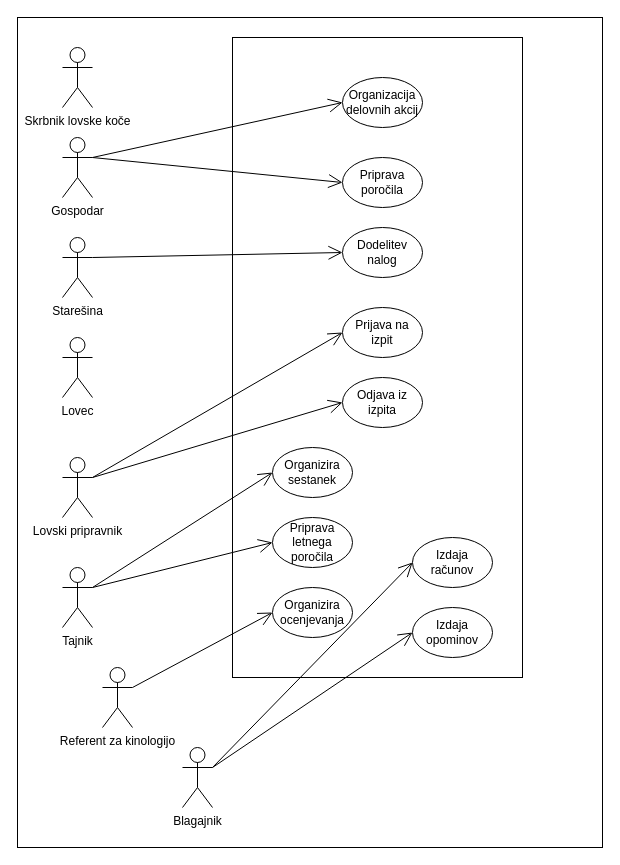
Above: TestniDiagramLovstvo.drawio in ErnestISv/Lovstvo (draw.io), before the change. Source tidied: cells renumbered, new cells numbered last; positions are measured from the earlier drawing's top-left corner, leaving out a move shared by most shapes. Both pictures are drawn from the tidied source at 100%, with x=0, y=0 at pixel (17, 17).
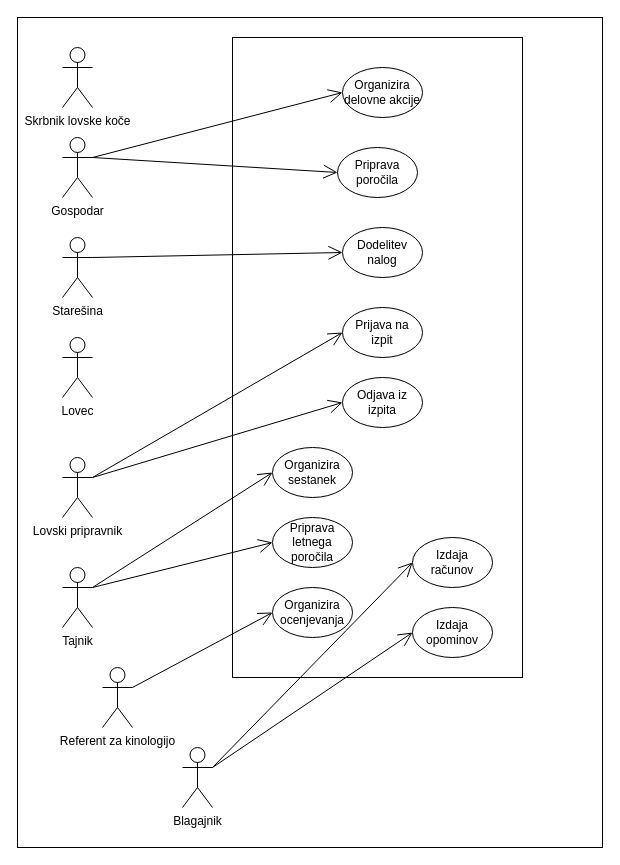
The same page after the edit.

Change to the diagram source:
```diff
@@
-    <mxCell id="19" value="Organizacija delovnih akcij" style="ellipse;whiteSpace=wrap;html=1;" parent="1" vertex="1">
-      <mxGeometry x="325" y="60" width="80" height="50" as="geometry" />
+    <mxCell id="19" value="Organizira delovne&amp;nbsp;akcije" style="ellipse;whiteSpace=wrap;html=1;" parent="1" vertex="1">
+      <mxGeometry x="325" y="50" width="80" height="50" as="geometry" />
     </mxCell>
     <mxCell id="20" value="Priprava poročila" style="ellipse;whiteSpace=wrap;html=1;" parent="1" vertex="1">
-      <mxGeometry x="325" y="140" width="80" height="50" as="geometry" />
+      <mxGeometry x="320" y="130" width="80" height="50" as="geometry" />
     </mxCell>
```
